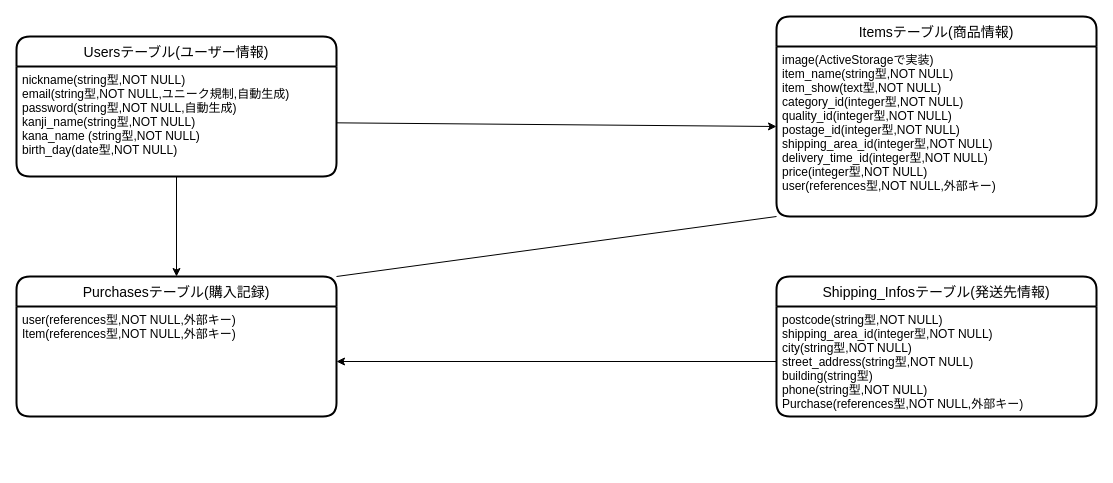
Earlier version of the draw.io diagram furima-40151.dio (flcamp0217/furima-40151). Source tidied: cells renumbered, new cells numbered last; positions are measured from the earlier drawing's top-left corner, leaving out a move shared by most shapes. Both pictures are drawn from the tidied source at 100%, with x=0, y=0 at pixel (16, 16).
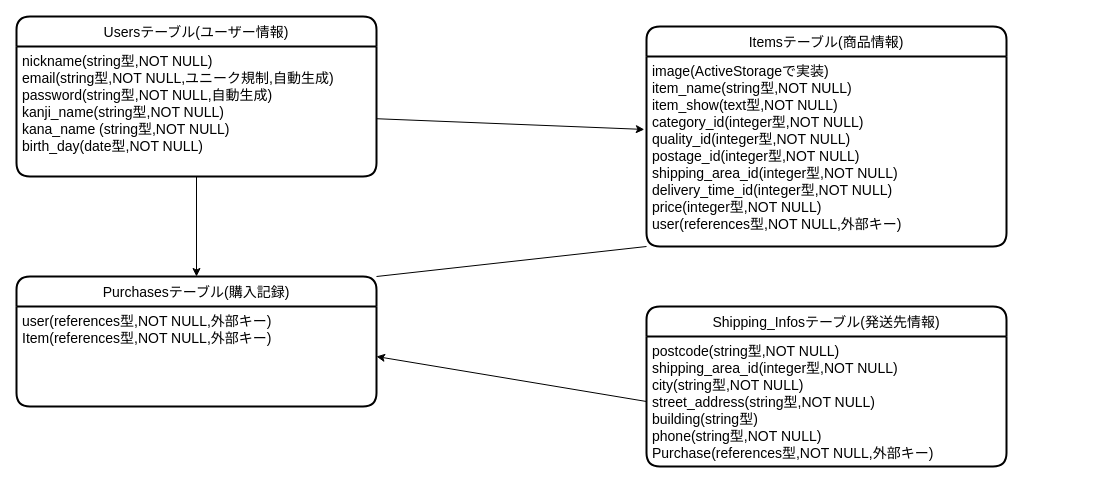
The same page after the edit.

The edit, as a diff of the source:
```diff
@@
 <mxGraphModel>
   <root>
     <mxCell id="0" />
     <mxCell id="1" parent="0" />
     <mxCell id="2" value="Usersテーブル(ユーザー情報)" style="swimlane;horizontal=1;startSize=30;rounded=1;fontSize=14;fontStyle=0;strokeWidth=2;shadow=0;dashed=0;align=center;" parent="1" vertex="1">
-      <mxGeometry y="20" width="320" height="140" as="geometry" />
+      <mxGeometry width="360" height="160" as="geometry" />
     </mxCell>
-    <mxCell id="3" value="nickname(string型,NOT NULL)&#10;email(string型,NOT NULL,ユニーク規制,自動生成)&#10;password(string型,NOT NULL,自動生成)&#10;kanji_name(string型,NOT NULL)&#10;kana_name (string型,NOT NULL)&#10;birth_day(date型,NOT NULL)" style="align=left;strokeColor=none;fillColor=none;spacingLeft=4;fontSize=12;verticalAlign=top;" parent="2" vertex="1">
-      <mxGeometry y="30" width="320" height="110" as="geometry" />
+    <mxCell id="3" value="nickname(string型,NOT NULL)&#10;email(string型,NOT NULL,ユニーク規制,自動生成)&#10;password(string型,NOT NULL,自動生成)&#10;kanji_name(string型,NOT NULL)&#10;kana_name (string型,NOT NULL)&#10;birth_day(date型,NOT NULL)" style="align=left;strokeColor=none;fillColor=none;spacingLeft=4;fontSize=14;verticalAlign=top;" parent="2" vertex="1">
+      <mxGeometry y="30" width="360" height="130" as="geometry" />
     </mxCell>
     <mxCell id="4" value="Itemsテーブル(商品情報)" style="swimlane;horizontal=1;startSize=30;rounded=1;fontSize=14;fontStyle=0;strokeWidth=2;shadow=0;dashed=0;align=center;" parent="1" vertex="1">
-      <mxGeometry x="760" width="320" height="200" as="geometry" />
+      <mxGeometry x="630" y="10" width="360" height="220" as="geometry" />
     </mxCell>
-    <mxCell id="5" value="image(ActiveStorageで実装)&#10;item_name(string型,NOT NULL)&#10;item_show(text型,NOT NULL)&#10;category_id(integer型,NOT NULL)&#10;quality_id(integer型,NOT NULL)&#10;postage_id(integer型,NOT NULL)&#10;shipping_area_id(integer型,NOT NULL)&#10;delivery_time_id(integer型,NOT NULL)&#10;price(integer型,NOT NULL)&#10;user(references型,NOT NULL,外部キー)" style="align=left;strokeColor=none;fillColor=none;spacingLeft=4;fontSize=12;verticalAlign=top;" parent="4" vertex="1">
-      <mxGeometry y="30" width="320" height="170" as="geometry" />
+    <mxCell id="5" value="image(ActiveStorageで実装)&#10;item_name(string型,NOT NULL)&#10;item_show(text型,NOT NULL)&#10;category_id(integer型,NOT NULL)&#10;quality_id(integer型,NOT NULL)&#10;postage_id(integer型,NOT NULL)&#10;shipping_area_id(integer型,NOT NULL)&#10;delivery_time_id(integer型,NOT NULL)&#10;price(integer型,NOT NULL)&#10;user(references型,NOT NULL,外部キー)" style="align=left;strokeColor=none;fillColor=none;spacingLeft=4;fontSize=14;verticalAlign=top;" parent="4" vertex="1">
+      <mxGeometry y="30" width="360" height="190" as="geometry" />
     </mxCell>
     <mxCell id="6" value="Purchasesテーブル(購入記録)" style="swimlane;horizontal=1;startSize=30;rounded=1;fontSize=14;fontStyle=0;strokeWidth=2;shadow=0;dashed=0;align=center;" parent="1" vertex="1">
-      <mxGeometry y="260" width="320" height="140" as="geometry" />
+      <mxGeometry y="260" width="360" height="130" as="geometry" />
     </mxCell>
-    <mxCell id="7" value="user(references型,NOT NULL,外部キー)&#10;Item(references型,NOT NULL,外部キー)" style="align=left;strokeColor=none;fillColor=none;spacingLeft=4;fontSize=12;verticalAlign=top;" parent="6" vertex="1">
-      <mxGeometry y="30" width="320" height="110" as="geometry" />
+    <mxCell id="7" value="user(references型,NOT NULL,外部キー)&#10;Item(references型,NOT NULL,外部キー)" style="align=left;strokeColor=none;fillColor=none;spacingLeft=4;fontSize=14;verticalAlign=top;" parent="6" vertex="1">
+      <mxGeometry y="30" width="360" height="100" as="geometry" />
     </mxCell>
     <mxCell id="8" value="Shipping_Infosテーブル(発送先情報)" style="swimlane;horizontal=1;startSize=30;rounded=1;fontSize=14;fontStyle=0;strokeWidth=2;shadow=0;dashed=0;align=center;" parent="1" vertex="1">
-      <mxGeometry x="760" y="260" width="320" height="140" as="geometry" />
+      <mxGeometry x="630" y="290" width="360" height="160" as="geometry" />
     </mxCell>
-    <mxCell id="9" value="postcode(string型,NOT NULL)&#10;shipping_area_id(integer型,NOT NULL)&#10;city(string型,NOT NULL)&#10;street_address(string型,NOT NULL)&#10;building(string型)&#10;phone(string型,NOT NULL)&#10;Purchase(references型,NOT NULL,外部キー)" style="align=left;strokeColor=none;fillColor=none;spacingLeft=4;fontSize=12;verticalAlign=top;" parent="8" vertex="1">
-      <mxGeometry y="30" width="320" height="110" as="geometry" />
+    <mxCell id="9" value="postcode(string型,NOT NULL)&#10;shipping_area_id(integer型,NOT NULL)&#10;city(string型,NOT NULL)&#10;street_address(string型,NOT NULL)&#10;building(string型)&#10;phone(string型,NOT NULL)&#10;Purchase(references型,NOT NULL,外部キー)" style="align=left;strokeColor=none;fillColor=none;spacingLeft=4;fontSize=14;verticalAlign=top;" parent="8" vertex="1">
+      <mxGeometry y="30" width="360" height="130" as="geometry" />
     </mxCell>
-    <mxCell id="10" style="edgeStyle=none;html=1;" parent="1" edge="1" source="3">
-      <mxGeometry relative="1" as="geometry">
-        <mxPoint x="760" y="110" as="targetPoint" />
-      </mxGeometry>
+    <mxCell id="10" style="edgeStyle=none;html=1;entryX=-0.006;entryY=0.384;entryDx=0;entryDy=0;entryPerimeter=0;" parent="1" edge="1" source="3" target="5">
+      <mxGeometry relative="1" as="geometry" />
     </mxCell>
     <mxCell id="11" style="edgeStyle=none;html=1;exitX=0.5;exitY=1;exitDx=0;exitDy=0;entryX=0.5;entryY=0;entryDx=0;entryDy=0;" parent="1" edge="1" source="3" target="6">
       <mxGeometry relative="1" as="geometry" />
     </mxCell>
     <mxCell id="12" style="edgeStyle=none;html=1;exitX=0;exitY=1;exitDx=0;exitDy=0;entryX=1;entryY=0;entryDx=0;entryDy=0;endArrow=none;endFill=0;" parent="1" edge="1" source="5" target="6">
       <mxGeometry relative="1" as="geometry" />
     </mxCell>
     <mxCell id="13" style="edgeStyle=none;html=1;exitX=0;exitY=0.5;exitDx=0;exitDy=0;entryX=1;entryY=0.5;entryDx=0;entryDy=0;endArrow=classic;endFill=1;" parent="1" edge="1" source="9" target="7">
       <mxGeometry relative="1" as="geometry" />
     </mxCell>
   </root>
 </mxGraphModel>
```
